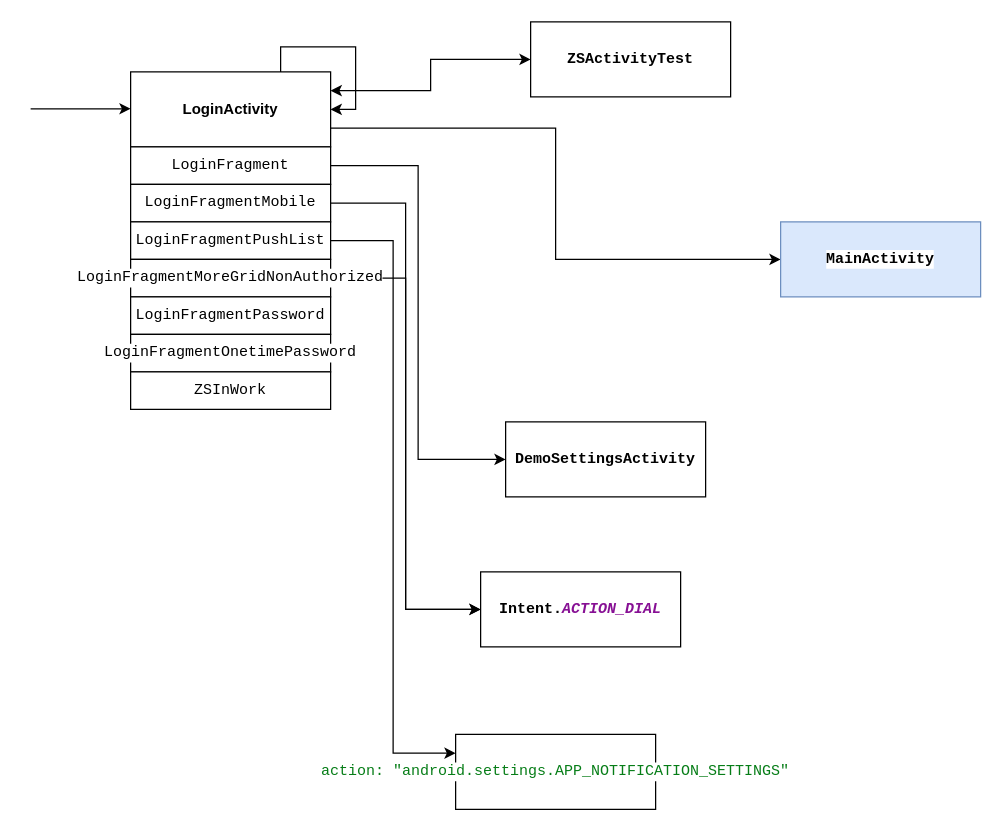
isfomin/diagrams keeps this draw.io diagram as src/Карта activity.drawio. Above is the earlier version. Source tidied: cells renumbered, new cells numbered last; positions are measured from the earlier drawing's top-left corner, leaving out a move shared by most shapes. Both pictures are drawn from the tidied source at 125%, with x=0, y=0 at pixel (30, 21).
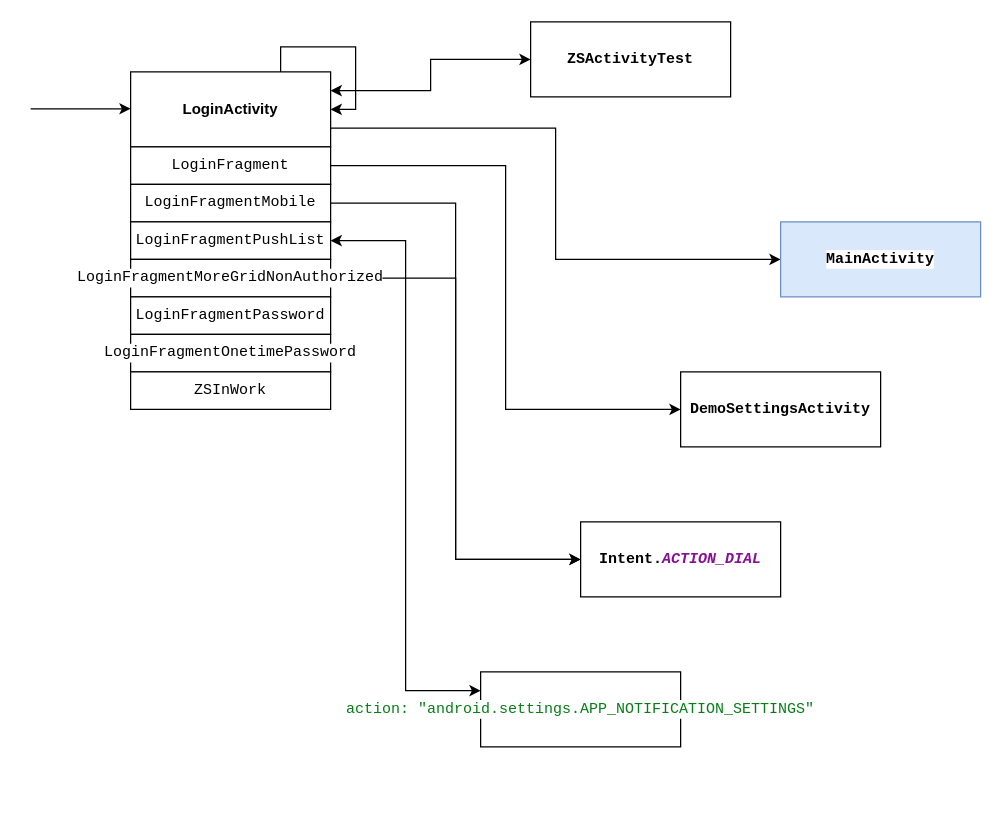
Above is the later version.

Unchanged cells that the change refers to:
```xml
<mxCell id="10" value="&lt;pre style=&quot;background-color: #ffffff ; color: #080808 ; font-family: &amp;#34;jetbrains mono&amp;#34; , monospace ; font-size: 9 8pt&quot;&gt;&lt;pre style=&quot;font-family: &amp;#34;jetbrains mono&amp;#34; , monospace&quot;&gt;&lt;pre style=&quot;font-family: &amp;#34;jetbrains mono&amp;#34; , monospace&quot;&gt;&lt;span style=&quot;color: #000000&quot;&gt;LoginFragmentPushList&lt;/span&gt;&lt;/pre&gt;&lt;/pre&gt;&lt;/pre&gt;" style="rounded=0;whiteSpace=wrap;html=1;" parent="1" vertex="1">
  <mxGeometry x="80" y="160" width="160" height="30" as="geometry" />
</mxCell>
```

What changed in the source:
```diff
@@
-    <mxCell id="9" style="edgeStyle=orthogonalEdgeStyle;rounded=0;jettySize=auto;html=1;exitX=1;exitY=0.5;exitDx=0;exitDy=0;entryX=0;entryY=0.25;entryDx=0;entryDy=0;startArrow=none;startFill=0;" parent="1" edge="1" source="10" target="21">
+    <mxCell id="9" style="edgeStyle=orthogonalEdgeStyle;rounded=0;jettySize=auto;html=1;exitX=1;exitY=0.5;exitDx=0;exitDy=0;entryX=0;entryY=0.25;entryDx=0;entryDy=0;startArrow=classic;startFill=1;" parent="1" edge="1" source="10" target="21">
       <mxGeometry relative="1" as="geometry" />
     </mxCell>
@@
     <mxCell id="19" value="&lt;pre style=&quot;background-color: #ffffff ; color: #080808 ; font-family: &amp;quot;jetbrains mono&amp;quot; , monospace ; font-size: 9 8pt&quot;&gt;&lt;span style=&quot;color: #000000&quot;&gt;DemoSettingsActivity&lt;/span&gt;&lt;/pre&gt;" style="rounded=0;whiteSpace=wrap;html=1;fontStyle=1;" parent="1" vertex="1">
-      <mxGeometry x="380" y="320" width="160" height="60" as="geometry" />
+      <mxGeometry x="520" y="280" width="160" height="60" as="geometry" />
     </mxCell>
     <mxCell id="20" value="&lt;pre style=&quot;background-color: #ffffff ; color: #080808 ; font-family: &amp;#34;jetbrains mono&amp;#34; , monospace ; font-size: 9 8pt&quot;&gt;&lt;pre style=&quot;font-family: &amp;#34;jetbrains mono&amp;#34; , monospace&quot;&gt;&lt;span style=&quot;color: #000000&quot;&gt;Intent&lt;/span&gt;.&lt;span style=&quot;color: #871094 ; font-style: italic&quot;&gt;ACTION_DIAL&lt;/span&gt;&lt;/pre&gt;&lt;/pre&gt;" style="rounded=0;whiteSpace=wrap;html=1;fontStyle=1;" parent="1" vertex="1">
-      <mxGeometry x="360" y="440" width="160" height="60" as="geometry" />
+      <mxGeometry x="440" y="400" width="160" height="60" as="geometry" />
     </mxCell>
     <mxCell id="21" value="&lt;pre style=&quot;background-color: #ffffff ; color: #080808 ; font-family: &amp;#34;jetbrains mono&amp;#34; , monospace ; font-size: 9 8pt&quot;&gt;&lt;span style=&quot;color: #067d17&quot;&gt;action: &quot;android.settings.APP_NOTIFICATION_SETTINGS&quot;&lt;/span&gt;&lt;/pre&gt;" style="rounded=0;whiteSpace=wrap;html=1;verticalAlign=middle;" parent="1" vertex="1">
-      <mxGeometry x="340" y="570" width="160" height="60" as="geometry" />
+      <mxGeometry x="360" y="520" width="160" height="60" as="geometry" />
     </mxCell>
```
